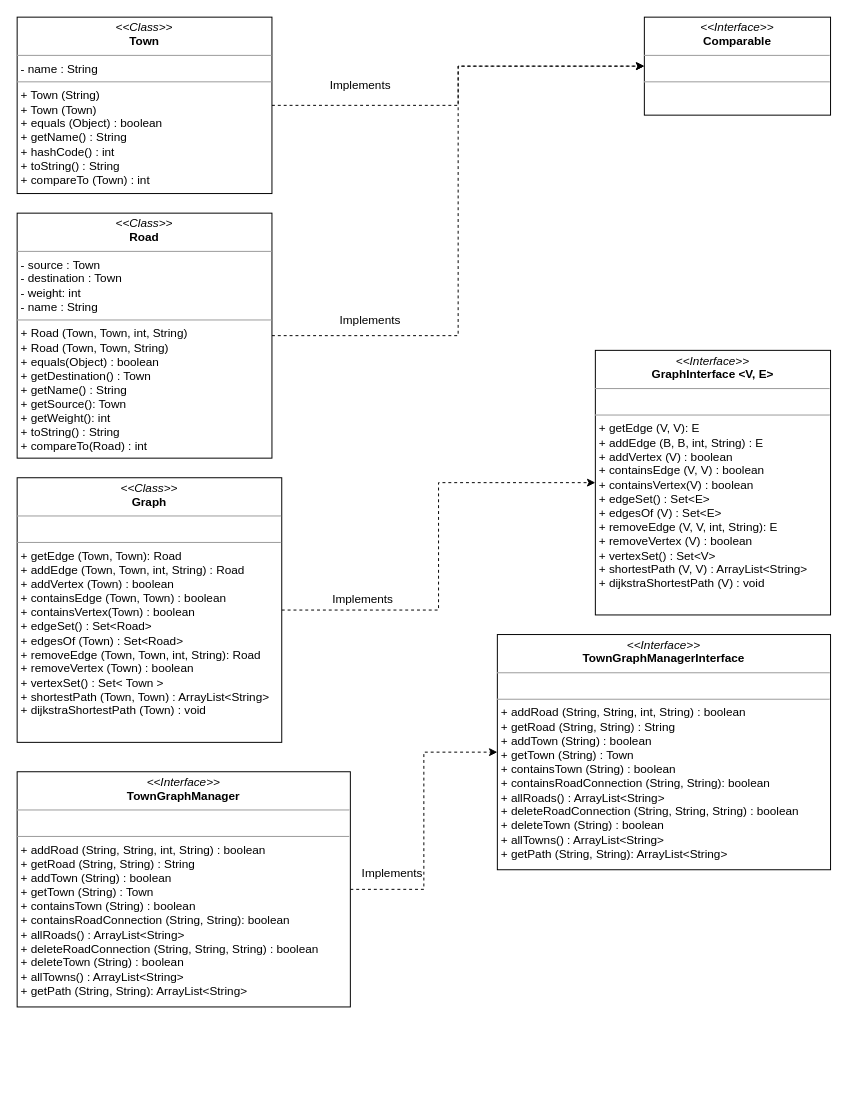
Before: Project 6/UML.drawio in Michael-Amaya/CMSC-204-Labs-and-Projects, a draw.io diagram. Source tidied: cells renumbered, new cells numbered last; positions are measured from the earlier drawing's top-left corner, leaving out a move shared by most shapes. Both pictures are drawn from the tidied source at 98%, with x=0, y=0 at pixel (17, 17).
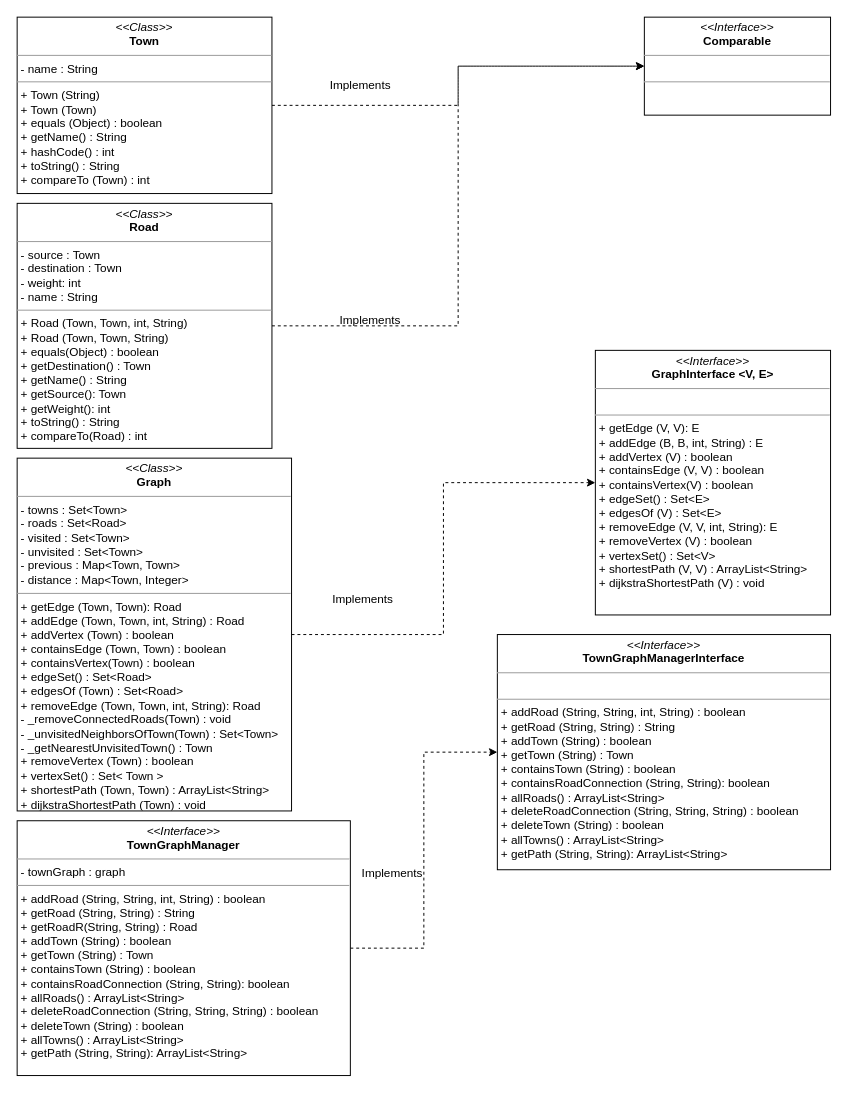
The same diagram, later.

Diff of the diagram source:
```diff
@@
 <mxGraphModel>
   <root>
     <mxCell id="0" />
     <mxCell id="1" parent="0" />
     <mxCell id="2" value="&lt;p style=&quot;margin: 0px ; margin-top: 4px ; text-align: center&quot;&gt;&lt;i&gt;&amp;lt;&amp;lt;Interface&amp;gt;&amp;gt;&lt;/i&gt;&lt;br&gt;&lt;b&gt;Comparable&lt;/b&gt;&lt;/p&gt;&lt;hr size=&quot;1&quot;&gt;&lt;p style=&quot;margin: 0px ; margin-left: 4px&quot;&gt;&lt;br&gt;&lt;/p&gt;&lt;hr size=&quot;1&quot;&gt;&lt;p style=&quot;margin: 0px ; margin-left: 4px&quot;&gt;&lt;br&gt;&lt;/p&gt;" style="verticalAlign=top;align=left;overflow=fill;fontSize=12;fontFamily=Helvetica;html=1;" parent="1" vertex="1">
       <mxGeometry x="640" width="190" height="100" as="geometry" />
     </mxCell>
     <mxCell id="3" style="edgeStyle=orthogonalEdgeStyle;rounded=0;jettySize=auto;html=1;entryX=0;entryY=0.5;entryDx=0;entryDy=0;dashed=1;" parent="1" edge="1" source="4" target="2">
       <mxGeometry relative="1" as="geometry" />
     </mxCell>
     <mxCell id="4" value="&lt;p style=&quot;margin: 0px ; margin-top: 4px ; text-align: center&quot;&gt;&lt;i&gt;&amp;lt;&amp;lt;Class&amp;gt;&amp;gt;&lt;/i&gt;&lt;br&gt;&lt;b&gt;Town&lt;/b&gt;&lt;/p&gt;&lt;hr size=&quot;1&quot;&gt;&lt;p style=&quot;margin: 0px ; margin-left: 4px&quot;&gt;- name : String&lt;/p&gt;&lt;hr size=&quot;1&quot;&gt;&lt;p style=&quot;margin: 0px ; margin-left: 4px&quot;&gt;+ Town (String)&lt;/p&gt;&lt;p style=&quot;margin: 0px ; margin-left: 4px&quot;&gt;+ Town (Town)&lt;/p&gt;&lt;p style=&quot;margin: 0px ; margin-left: 4px&quot;&gt;+ equals (Object) : boolean&lt;/p&gt;&lt;p style=&quot;margin: 0px ; margin-left: 4px&quot;&gt;+ getName() : String&lt;/p&gt;&lt;p style=&quot;margin: 0px ; margin-left: 4px&quot;&gt;+ hashCode() : int&lt;/p&gt;&lt;p style=&quot;margin: 0px ; margin-left: 4px&quot;&gt;+ toString() : String&lt;/p&gt;&lt;p style=&quot;margin: 0px ; margin-left: 4px&quot;&gt;+ compareTo (Town) : int&lt;/p&gt;&lt;p style=&quot;margin: 0px ; margin-left: 4px&quot;&gt;&lt;br&gt;&lt;/p&gt;" style="verticalAlign=top;align=left;overflow=fill;fontSize=12;fontFamily=Helvetica;html=1;" parent="1" vertex="1">
       <mxGeometry width="260" height="180" as="geometry" />
     </mxCell>
     <mxCell id="5" style="edgeStyle=orthogonalEdgeStyle;rounded=0;jettySize=auto;html=1;entryX=0;entryY=0.5;entryDx=0;entryDy=0;dashed=1;" parent="1" edge="1" source="6" target="2">
       <mxGeometry relative="1" as="geometry" />
     </mxCell>
     <mxCell id="6" value="&lt;p style=&quot;margin: 0px ; margin-top: 4px ; text-align: center&quot;&gt;&lt;i&gt;&amp;lt;&amp;lt;Class&amp;gt;&amp;gt;&lt;/i&gt;&lt;br&gt;&lt;b&gt;Road&lt;/b&gt;&lt;/p&gt;&lt;hr size=&quot;1&quot;&gt;&lt;p style=&quot;margin: 0px ; margin-left: 4px&quot;&gt;- source : Town&lt;/p&gt;&lt;p style=&quot;margin: 0px ; margin-left: 4px&quot;&gt;- destination : Town&lt;/p&gt;&lt;p style=&quot;margin: 0px ; margin-left: 4px&quot;&gt;- weight: int&lt;/p&gt;&lt;p style=&quot;margin: 0px ; margin-left: 4px&quot;&gt;- name : String&lt;/p&gt;&lt;hr size=&quot;1&quot;&gt;&lt;p style=&quot;margin: 0px ; margin-left: 4px&quot;&gt;+ Road (Town, Town, int, String)&lt;/p&gt;&lt;p style=&quot;margin: 0px ; margin-left: 4px&quot;&gt;+ Road (Town, Town, String)&lt;/p&gt;&lt;p style=&quot;margin: 0px ; margin-left: 4px&quot;&gt;+ equals(Object) : boolean&lt;/p&gt;&lt;p style=&quot;margin: 0px ; margin-left: 4px&quot;&gt;+ getDestination() : Town&lt;/p&gt;&lt;p style=&quot;margin: 0px ; margin-left: 4px&quot;&gt;+ getName() : String&lt;/p&gt;&lt;p style=&quot;margin: 0px ; margin-left: 4px&quot;&gt;+ getSource(): Town&lt;/p&gt;&lt;p style=&quot;margin: 0px ; margin-left: 4px&quot;&gt;+ getWeight(): int&lt;/p&gt;&lt;p style=&quot;margin: 0px ; margin-left: 4px&quot;&gt;+ toString() : String&lt;/p&gt;&lt;p style=&quot;margin: 0px ; margin-left: 4px&quot;&gt;+ compareTo(Road) : int&lt;/p&gt;" style="verticalAlign=top;align=left;overflow=fill;fontSize=12;fontFamily=Helvetica;html=1;" parent="1" vertex="1">
-      <mxGeometry y="200" width="260" height="250" as="geometry" />
+      <mxGeometry y="190" width="260" height="250" as="geometry" />
     </mxCell>
     <mxCell id="7" value="&lt;p style=&quot;margin: 0px ; margin-top: 4px ; text-align: center&quot;&gt;&lt;i&gt;&amp;lt;&amp;lt;Interface&amp;gt;&amp;gt;&lt;/i&gt;&lt;br&gt;&lt;b&gt;GraphInterface &amp;lt;V, E&amp;gt;&lt;/b&gt;&lt;/p&gt;&lt;hr size=&quot;1&quot;&gt;&lt;p style=&quot;margin: 0px ; margin-left: 4px&quot;&gt;&lt;br&gt;&lt;/p&gt;&lt;hr size=&quot;1&quot;&gt;&lt;p style=&quot;margin: 0px ; margin-left: 4px&quot;&gt;+ getEdge (V, V): E&lt;/p&gt;&lt;p style=&quot;margin: 0px ; margin-left: 4px&quot;&gt;+ addEdge (B, B, int, String) : E&lt;/p&gt;&lt;p style=&quot;margin: 0px ; margin-left: 4px&quot;&gt;+ addVertex (V) : boolean&lt;/p&gt;&lt;p style=&quot;margin: 0px ; margin-left: 4px&quot;&gt;+ containsEdge (V, V) : boolean&lt;/p&gt;&lt;p style=&quot;margin: 0px ; margin-left: 4px&quot;&gt;+ containsVertex(V) : boolean&lt;/p&gt;&lt;p style=&quot;margin: 0px ; margin-left: 4px&quot;&gt;+ edgeSet() : Set&amp;lt;E&amp;gt;&lt;/p&gt;&lt;p style=&quot;margin: 0px ; margin-left: 4px&quot;&gt;+ edgesOf (V) : Set&amp;lt;E&amp;gt;&lt;/p&gt;&lt;p style=&quot;margin: 0px ; margin-left: 4px&quot;&gt;+ removeEdge (V, V, int, String): E&lt;/p&gt;&lt;p style=&quot;margin: 0px ; margin-left: 4px&quot;&gt;+ removeVertex (V) : boolean&lt;/p&gt;&lt;p style=&quot;margin: 0px ; margin-left: 4px&quot;&gt;+ vertexSet() : Set&amp;lt;V&amp;gt;&lt;/p&gt;&lt;p style=&quot;margin: 0px ; margin-left: 4px&quot;&gt;+ shortestPath (V, V) : ArrayList&amp;lt;String&amp;gt;&lt;/p&gt;&lt;p style=&quot;margin: 0px ; margin-left: 4px&quot;&gt;+ dijkstraShortestPath (V) : void&lt;/p&gt;" style="verticalAlign=top;align=left;overflow=fill;fontSize=12;fontFamily=Helvetica;html=1;" parent="1" vertex="1">
       <mxGeometry x="590" y="340" width="240" height="270" as="geometry" />
     </mxCell>
     <mxCell id="8" value="&lt;p style=&quot;margin: 0px ; margin-top: 4px ; text-align: center&quot;&gt;&lt;i&gt;&amp;lt;&amp;lt;Interface&amp;gt;&amp;gt;&lt;/i&gt;&lt;br&gt;&lt;b&gt;TownGraphManagerInterface&lt;/b&gt;&lt;/p&gt;&lt;hr size=&quot;1&quot;&gt;&lt;p style=&quot;margin: 0px ; margin-left: 4px&quot;&gt;&lt;br&gt;&lt;/p&gt;&lt;hr size=&quot;1&quot;&gt;&lt;p style=&quot;margin: 0px ; margin-left: 4px&quot;&gt;+ addRoad (String, String, int, String) : boolean&lt;/p&gt;&lt;p style=&quot;margin: 0px ; margin-left: 4px&quot;&gt;+ getRoad (String, String) : String&lt;/p&gt;&lt;p style=&quot;margin: 0px ; margin-left: 4px&quot;&gt;+ addTown (String) : boolean&lt;/p&gt;&lt;p style=&quot;margin: 0px ; margin-left: 4px&quot;&gt;+ getTown (String) : Town&lt;/p&gt;&lt;p style=&quot;margin: 0px ; margin-left: 4px&quot;&gt;+ containsTown (String) : boolean&lt;/p&gt;&lt;p style=&quot;margin: 0px ; margin-left: 4px&quot;&gt;+ containsRoadConnection (String, String): boolean&lt;/p&gt;&lt;p style=&quot;margin: 0px ; margin-left: 4px&quot;&gt;+ allRoads() : ArrayList&amp;lt;String&amp;gt;&lt;/p&gt;&lt;p style=&quot;margin: 0px ; margin-left: 4px&quot;&gt;+ deleteRoadConnection (String, String, String) : boolean&lt;/p&gt;&lt;p style=&quot;margin: 0px ; margin-left: 4px&quot;&gt;+ deleteTown (String) : boolean&lt;/p&gt;&lt;p style=&quot;margin: 0px ; margin-left: 4px&quot;&gt;+ allTowns() : ArrayList&amp;lt;String&amp;gt;&lt;/p&gt;&lt;p style=&quot;margin: 0px ; margin-left: 4px&quot;&gt;+ getPath (String, String): ArrayList&amp;lt;String&amp;gt;&lt;/p&gt;" style="verticalAlign=top;align=left;overflow=fill;fontSize=12;fontFamily=Helvetica;html=1;" parent="1" vertex="1">
       <mxGeometry x="490" y="630" width="340" height="240" as="geometry" />
     </mxCell>
     <mxCell id="9" value="Implements" style="text;html=1;align=center;verticalAlign=middle;" parent="1" vertex="1">
       <mxGeometry x="310" y="60" width="80" height="20" as="geometry" />
     </mxCell>
     <mxCell id="10" value="Implements" style="text;html=1;align=center;verticalAlign=middle;" parent="1" vertex="1">
       <mxGeometry x="320" y="300" width="80" height="20" as="geometry" />
     </mxCell>
     <mxCell id="11" style="edgeStyle=orthogonalEdgeStyle;rounded=0;jettySize=auto;html=1;entryX=0;entryY=0.5;entryDx=0;entryDy=0;dashed=1;" parent="1" edge="1" source="12" target="7">
       <mxGeometry relative="1" as="geometry" />
     </mxCell>
-    <mxCell id="12" value="&lt;p style=&quot;margin: 0px ; margin-top: 4px ; text-align: center&quot;&gt;&lt;i&gt;&amp;lt;&amp;lt;Class&amp;gt;&amp;gt;&lt;/i&gt;&lt;br&gt;&lt;b&gt;Graph&lt;/b&gt;&lt;/p&gt;&lt;hr size=&quot;1&quot;&gt;&lt;p style=&quot;margin: 0px ; margin-left: 4px&quot;&gt;&lt;br&gt;&lt;/p&gt;&lt;hr size=&quot;1&quot;&gt;&lt;p style=&quot;margin: 0px ; margin-left: 4px&quot;&gt;+ getEdge (Town, Town): Road&lt;/p&gt;&lt;p style=&quot;margin: 0px ; margin-left: 4px&quot;&gt;+ addEdge (Town, Town, int, String) : Road&lt;/p&gt;&lt;p style=&quot;margin: 0px ; margin-left: 4px&quot;&gt;&lt;span&gt;+ addVertex (Town) : boolean&lt;/span&gt;&lt;/p&gt;&lt;p style=&quot;margin: 0px ; margin-left: 4px&quot;&gt;+ containsEdge (Town, Town) : boolean&lt;/p&gt;&lt;p style=&quot;margin: 0px ; margin-left: 4px&quot;&gt;+ containsVertex(Town) : boolean&lt;/p&gt;&lt;p style=&quot;margin: 0px ; margin-left: 4px&quot;&gt;+ edgeSet() : Set&amp;lt;Road&amp;gt;&lt;/p&gt;&lt;p style=&quot;margin: 0px ; margin-left: 4px&quot;&gt;+ edgesOf (Town) : Set&amp;lt;Road&amp;gt;&lt;/p&gt;&lt;p style=&quot;margin: 0px ; margin-left: 4px&quot;&gt;+ removeEdge (Town, Town, int, String): Road&lt;/p&gt;&lt;p style=&quot;margin: 0px ; margin-left: 4px&quot;&gt;+ removeVertex (Town) : boolean&lt;/p&gt;&lt;p style=&quot;margin: 0px ; margin-left: 4px&quot;&gt;+ vertexSet() : Set&amp;lt;&amp;nbsp;Town &amp;gt;&lt;/p&gt;&lt;p style=&quot;margin: 0px ; margin-left: 4px&quot;&gt;+ shortestPath (Town, Town) : ArrayList&amp;lt;String&amp;gt;&lt;/p&gt;&lt;p style=&quot;margin: 0px ; margin-left: 4px&quot;&gt;+ dijkstraShortestPath (Town) : void&lt;/p&gt;" style="verticalAlign=top;align=left;overflow=fill;fontSize=12;fontFamily=Helvetica;html=1;" parent="1" vertex="1">
-      <mxGeometry y="470" width="270" height="270" as="geometry" />
+    <mxCell id="12" value="&lt;p style=&quot;margin: 0px ; margin-top: 4px ; text-align: center&quot;&gt;&lt;i&gt;&amp;lt;&amp;lt;Class&amp;gt;&amp;gt;&lt;/i&gt;&lt;br&gt;&lt;b&gt;Graph&lt;/b&gt;&lt;/p&gt;&lt;hr size=&quot;1&quot;&gt;&lt;p style=&quot;margin: 0px ; margin-left: 4px&quot;&gt;- towns : Set&amp;lt;Town&amp;gt;&lt;/p&gt;&lt;p style=&quot;margin: 0px ; margin-left: 4px&quot;&gt;- roads : Set&amp;lt;Road&amp;gt;&lt;/p&gt;&lt;p style=&quot;margin: 0px ; margin-left: 4px&quot;&gt;- visited : Set&amp;lt;Town&amp;gt;&lt;/p&gt;&lt;p style=&quot;margin: 0px ; margin-left: 4px&quot;&gt;- unvisited : Set&amp;lt;Town&amp;gt;&lt;/p&gt;&lt;p style=&quot;margin: 0px ; margin-left: 4px&quot;&gt;- previous : Map&amp;lt;Town, Town&amp;gt;&lt;/p&gt;&lt;p style=&quot;margin: 0px ; margin-left: 4px&quot;&gt;- distance : Map&amp;lt;Town, Integer&amp;gt;&lt;/p&gt;&lt;hr size=&quot;1&quot;&gt;&lt;p style=&quot;margin: 0px ; margin-left: 4px&quot;&gt;+ getEdge (Town, Town): Road&lt;/p&gt;&lt;p style=&quot;margin: 0px ; margin-left: 4px&quot;&gt;+ addEdge (Town, Town, int, String) : Road&lt;/p&gt;&lt;p style=&quot;margin: 0px ; margin-left: 4px&quot;&gt;&lt;span&gt;+ addVertex (Town) : boolean&lt;/span&gt;&lt;/p&gt;&lt;p style=&quot;margin: 0px ; margin-left: 4px&quot;&gt;+ containsEdge (Town, Town) : boolean&lt;/p&gt;&lt;p style=&quot;margin: 0px ; margin-left: 4px&quot;&gt;+ containsVertex(Town) : boolean&lt;/p&gt;&lt;p style=&quot;margin: 0px ; margin-left: 4px&quot;&gt;+ edgeSet() : Set&amp;lt;Road&amp;gt;&lt;/p&gt;&lt;p style=&quot;margin: 0px ; margin-left: 4px&quot;&gt;+ edgesOf (Town) : Set&amp;lt;Road&amp;gt;&lt;/p&gt;&lt;p style=&quot;margin: 0px ; margin-left: 4px&quot;&gt;+ removeEdge (Town, Town, int, String): Road&lt;/p&gt;&lt;p style=&quot;margin: 0px ; margin-left: 4px&quot;&gt;- _removeConnectedRoads(Town) : void&lt;/p&gt;&lt;p style=&quot;margin: 0px ; margin-left: 4px&quot;&gt;- _unvisitedNeighborsOfTown(Town) : Set&amp;lt;Town&amp;gt;&lt;/p&gt;&lt;p style=&quot;margin: 0px ; margin-left: 4px&quot;&gt;- _getNearestUnvisitedTown() : Town&lt;/p&gt;&lt;p style=&quot;margin: 0px ; margin-left: 4px&quot;&gt;+ removeVertex (Town) : boolean&lt;/p&gt;&lt;p style=&quot;margin: 0px ; margin-left: 4px&quot;&gt;+ vertexSet() : Set&amp;lt;&amp;nbsp;Town &amp;gt;&lt;/p&gt;&lt;p style=&quot;margin: 0px ; margin-left: 4px&quot;&gt;+ shortestPath (Town, Town) : ArrayList&amp;lt;String&amp;gt;&lt;/p&gt;&lt;p style=&quot;margin: 0px ; margin-left: 4px&quot;&gt;+ dijkstraShortestPath (Town) : void&lt;/p&gt;" style="verticalAlign=top;align=left;overflow=fill;fontSize=12;fontFamily=Helvetica;html=1;" parent="1" vertex="1">
+      <mxGeometry y="450" width="280" height="360" as="geometry" />
     </mxCell>
     <mxCell id="13" value="&lt;font face=&quot;helvetica&quot;&gt;Implements&lt;/font&gt;" style="text;whiteSpace=wrap;html=1;" parent="1" vertex="1">
       <mxGeometry x="320" y="580" width="50" height="30" as="geometry" />
     </mxCell>
     <mxCell id="14" style="edgeStyle=orthogonalEdgeStyle;rounded=0;jettySize=auto;html=1;entryX=0;entryY=0.5;entryDx=0;entryDy=0;dashed=1;" parent="1" edge="1" source="15" target="8">
       <mxGeometry relative="1" as="geometry" />
     </mxCell>
-    <mxCell id="15" value="&lt;p style=&quot;margin: 0px ; margin-top: 4px ; text-align: center&quot;&gt;&lt;i&gt;&amp;lt;&amp;lt;Interface&amp;gt;&amp;gt;&lt;/i&gt;&lt;br&gt;&lt;b&gt;TownGraphManager&lt;/b&gt;&lt;/p&gt;&lt;hr size=&quot;1&quot;&gt;&lt;p style=&quot;margin: 0px ; margin-left: 4px&quot;&gt;&lt;br&gt;&lt;/p&gt;&lt;hr size=&quot;1&quot;&gt;&lt;p style=&quot;margin: 0px ; margin-left: 4px&quot;&gt;+ addRoad (String, String, int, String) : boolean&lt;/p&gt;&lt;p style=&quot;margin: 0px ; margin-left: 4px&quot;&gt;+ getRoad (String, String) : String&lt;/p&gt;&lt;p style=&quot;margin: 0px ; margin-left: 4px&quot;&gt;+ addTown (String) : boolean&lt;/p&gt;&lt;p style=&quot;margin: 0px ; margin-left: 4px&quot;&gt;+ getTown (String) : Town&lt;/p&gt;&lt;p style=&quot;margin: 0px ; margin-left: 4px&quot;&gt;+ containsTown (String) : boolean&lt;/p&gt;&lt;p style=&quot;margin: 0px ; margin-left: 4px&quot;&gt;+ containsRoadConnection (String, String): boolean&lt;/p&gt;&lt;p style=&quot;margin: 0px ; margin-left: 4px&quot;&gt;+ allRoads() : ArrayList&amp;lt;String&amp;gt;&lt;/p&gt;&lt;p style=&quot;margin: 0px ; margin-left: 4px&quot;&gt;+ deleteRoadConnection (String, String, String) : boolean&lt;/p&gt;&lt;p style=&quot;margin: 0px ; margin-left: 4px&quot;&gt;+ deleteTown (String) : boolean&lt;/p&gt;&lt;p style=&quot;margin: 0px ; margin-left: 4px&quot;&gt;+ allTowns() : ArrayList&amp;lt;String&amp;gt;&lt;/p&gt;&lt;p style=&quot;margin: 0px ; margin-left: 4px&quot;&gt;+ getPath (String, String): ArrayList&amp;lt;String&amp;gt;&lt;/p&gt;" style="verticalAlign=top;align=left;overflow=fill;fontSize=12;fontFamily=Helvetica;html=1;" parent="1" vertex="1">
-      <mxGeometry y="770" width="340" height="240" as="geometry" />
+    <mxCell id="15" value="&lt;p style=&quot;margin: 0px ; margin-top: 4px ; text-align: center&quot;&gt;&lt;i&gt;&amp;lt;&amp;lt;Interface&amp;gt;&amp;gt;&lt;/i&gt;&lt;br&gt;&lt;b&gt;TownGraphManager&lt;/b&gt;&lt;/p&gt;&lt;hr size=&quot;1&quot;&gt;&lt;p style=&quot;margin: 0px ; margin-left: 4px&quot;&gt;- townGraph : graph&lt;/p&gt;&lt;hr size=&quot;1&quot;&gt;&lt;p style=&quot;margin: 0px ; margin-left: 4px&quot;&gt;+ addRoad (String, String, int, String) : boolean&lt;/p&gt;&lt;p style=&quot;margin: 0px ; margin-left: 4px&quot;&gt;+ getRoad (String, String) : String&lt;/p&gt;&lt;p style=&quot;margin: 0px ; margin-left: 4px&quot;&gt;+ getRoadR(String, String) : Road&lt;/p&gt;&lt;p style=&quot;margin: 0px ; margin-left: 4px&quot;&gt;+ addTown (String) : boolean&lt;/p&gt;&lt;p style=&quot;margin: 0px ; margin-left: 4px&quot;&gt;+ getTown (String) : Town&lt;/p&gt;&lt;p style=&quot;margin: 0px ; margin-left: 4px&quot;&gt;+ containsTown (String) : boolean&lt;/p&gt;&lt;p style=&quot;margin: 0px ; margin-left: 4px&quot;&gt;+ containsRoadConnection (String, String): boolean&lt;/p&gt;&lt;p style=&quot;margin: 0px ; margin-left: 4px&quot;&gt;+ allRoads() : ArrayList&amp;lt;String&amp;gt;&lt;/p&gt;&lt;p style=&quot;margin: 0px ; margin-left: 4px&quot;&gt;+ deleteRoadConnection (String, String, String) : boolean&lt;/p&gt;&lt;p style=&quot;margin: 0px ; margin-left: 4px&quot;&gt;+ deleteTown (String) : boolean&lt;/p&gt;&lt;p style=&quot;margin: 0px ; margin-left: 4px&quot;&gt;+ allTowns() : ArrayList&amp;lt;String&amp;gt;&lt;/p&gt;&lt;p style=&quot;margin: 0px ; margin-left: 4px&quot;&gt;+ getPath (String, String): ArrayList&amp;lt;String&amp;gt;&lt;/p&gt;" style="verticalAlign=top;align=left;overflow=fill;fontSize=12;fontFamily=Helvetica;html=1;" parent="1" vertex="1">
+      <mxGeometry y="820" width="340" height="260" as="geometry" />
     </mxCell>
     <mxCell id="16" value="&lt;font face=&quot;helvetica&quot;&gt;Implements&lt;/font&gt;" style="text;whiteSpace=wrap;html=1;" parent="1" vertex="1">
       <mxGeometry x="350" y="860" width="50" height="30" as="geometry" />
     </mxCell>
   </root>
 </mxGraphModel>
```
